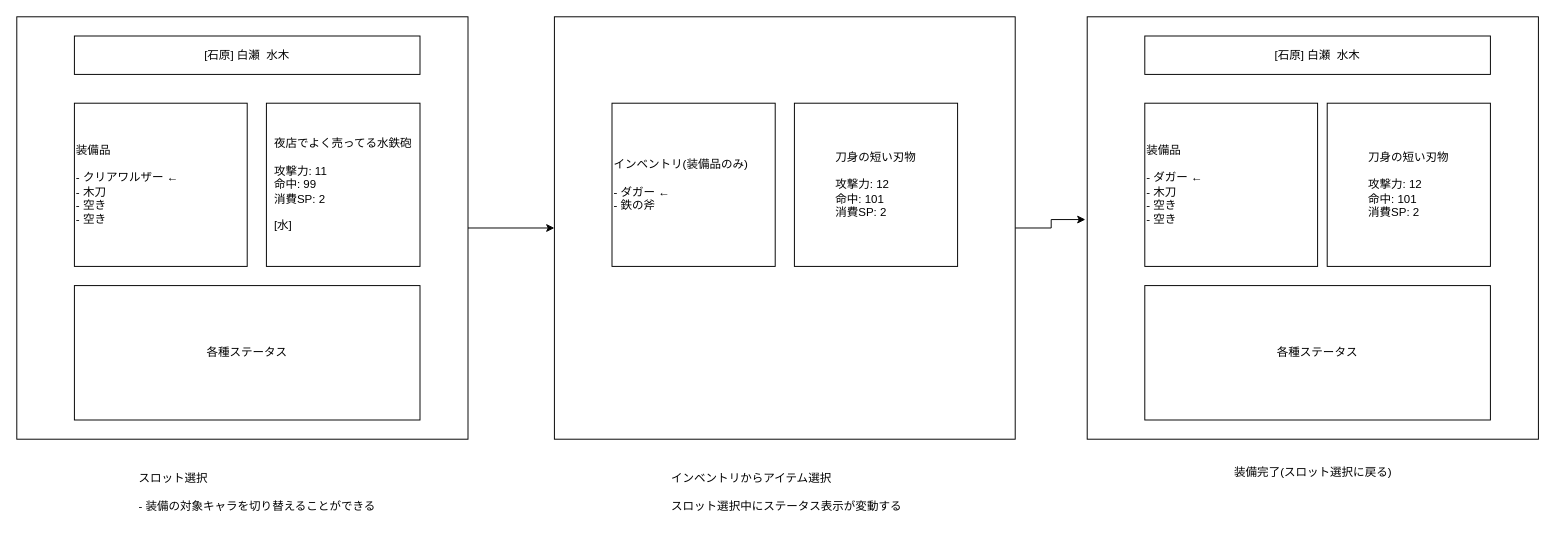
The draw.io diagram page "装備画面" (7 of 7) of digger.drawio in kijimaD/digger_rs, before the edit. Source tidied: cells renumbered, new cells numbered last; positions are measured from the earlier drawing's top-left corner, leaving out a move shared by most shapes. Both pictures are drawn from the tidied source at 96%, with x=0, y=0 at pixel (16, 16).
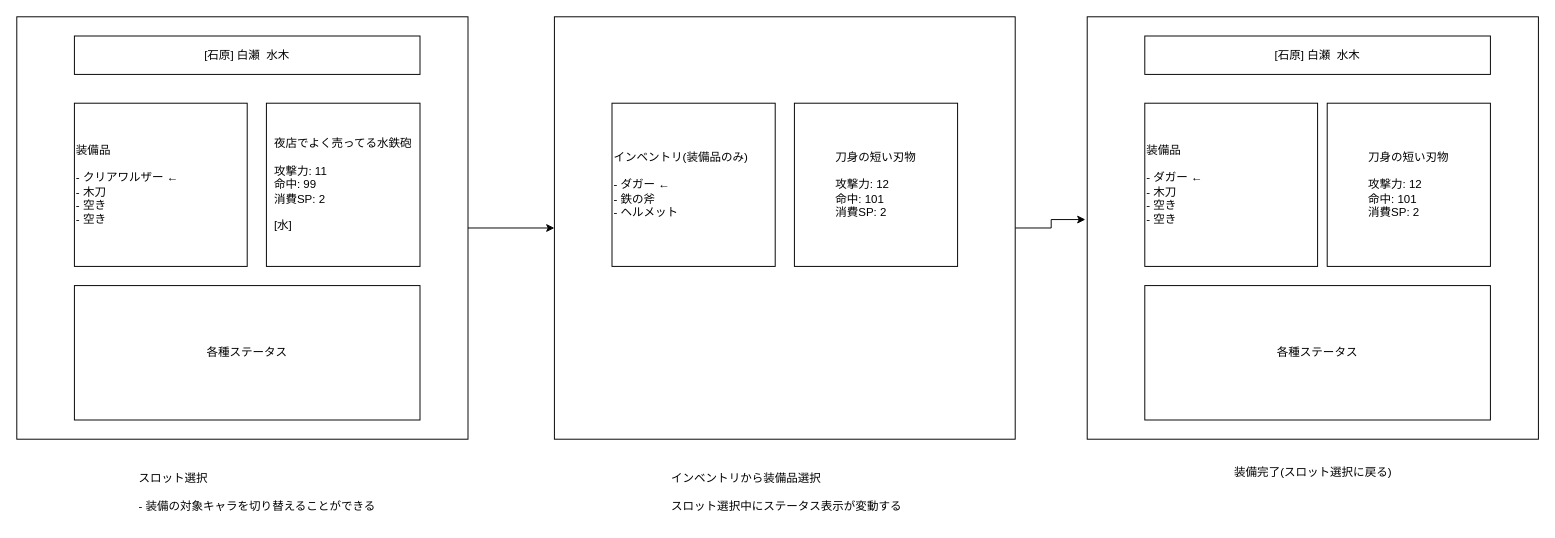
The same diagram, later.

Commit message (it also covers changes not shown here):
digger.drawio を更新します

The edit, as a diff of the source:
```diff
@@
 <mxGraphModel>
   <root>
     <mxCell id="0" />
     <mxCell id="1" parent="0" />
     <mxCell id="2" style="edgeStyle=orthogonalEdgeStyle;rounded=0;jettySize=auto;html=1;" parent="1" edge="1" source="3" target="7">
       <mxGeometry relative="1" as="geometry" />
     </mxCell>
     <mxCell id="3" style="rounded=0;whiteSpace=wrap;html=1;" parent="1" vertex="1">
       <mxGeometry width="470" height="440" as="geometry" />
     </mxCell>
     <mxCell id="4" value="&lt;div align=&quot;left&quot;&gt;装備品&lt;br&gt;&lt;/div&gt;&lt;div align=&quot;left&quot;&gt;&lt;br&gt;&lt;/div&gt;&lt;div align=&quot;left&quot;&gt;- クリアワルザー ←&lt;br&gt;&lt;/div&gt;&lt;div align=&quot;left&quot;&gt;- 木刀&lt;br&gt;&lt;/div&gt;&lt;div align=&quot;left&quot;&gt;- 空き&lt;/div&gt;&lt;div align=&quot;left&quot;&gt;- 空き&lt;br&gt;&lt;/div&gt;" style="rounded=0;whiteSpace=wrap;html=1;align=left;" parent="1" vertex="1">
       <mxGeometry x="60" y="90" width="180" height="170" as="geometry" />
     </mxCell>
     <mxCell id="5" value="[石原] 白瀬&amp;nbsp; 水木" style="rounded=0;whiteSpace=wrap;html=1;" parent="1" vertex="1">
       <mxGeometry x="60" y="20" width="360" height="40" as="geometry" />
     </mxCell>
     <mxCell id="6" style="edgeStyle=orthogonalEdgeStyle;rounded=0;jettySize=auto;html=1;entryX=-0.004;entryY=0.48;entryDx=0;entryDy=0;entryPerimeter=0;" parent="1" edge="1" source="7" target="15">
       <mxGeometry relative="1" as="geometry" />
     </mxCell>
     <mxCell id="7" style="rounded=0;whiteSpace=wrap;html=1;" parent="1" vertex="1">
       <mxGeometry x="560" width="480" height="440" as="geometry" />
     </mxCell>
-    <mxCell id="8" value="&lt;div align=&quot;left&quot;&gt;インベントリ(装備品のみ)&lt;br&gt;&lt;br&gt;- ダガー ←&lt;br&gt;- 鉄の斧&lt;/div&gt;" style="rounded=0;whiteSpace=wrap;html=1;align=left;" parent="1" vertex="1">
+    <mxCell id="8" value="&lt;div align=&quot;left&quot;&gt;インベントリ(装備品のみ)&lt;br&gt;&lt;br&gt;- ダガー ←&lt;br&gt;- 鉄の斧&lt;/div&gt;&lt;div align=&quot;left&quot;&gt;- ヘルメット&lt;br&gt;&lt;/div&gt;" style="rounded=0;whiteSpace=wrap;html=1;align=left;" parent="1" vertex="1">
       <mxGeometry x="620" y="90" width="170" height="170" as="geometry" />
     </mxCell>
     <mxCell id="9" value="&lt;div align=&quot;left&quot;&gt;スロット選択&lt;br&gt;&lt;/div&gt;&lt;div align=&quot;left&quot;&gt;&lt;br&gt;&lt;/div&gt;&lt;div align=&quot;left&quot;&gt;- 装備の対象キャラを切り替えることができる&lt;br&gt;&lt;/div&gt;" style="text;html=1;align=center;verticalAlign=middle;strokeColor=none;fillColor=none;" parent="1" vertex="1">
       <mxGeometry x="125" y="465" width="250" height="60" as="geometry" />
     </mxCell>
-    <mxCell id="10" value="&lt;div align=&quot;left&quot;&gt;インベントリからアイテム選択&lt;/div&gt;&lt;div align=&quot;left&quot;&gt;&lt;br&gt;&lt;/div&gt;&lt;div align=&quot;left&quot;&gt;スロット選択中にステータス表示が変動する&lt;br&gt;&lt;/div&gt;" style="text;html=1;align=left;verticalAlign=middle;strokeColor=none;fillColor=none;" parent="1" vertex="1">
+    <mxCell id="10" value="&lt;div align=&quot;left&quot;&gt;インベントリから装備品選択&lt;/div&gt;&lt;div align=&quot;left&quot;&gt;&lt;br&gt;&lt;/div&gt;&lt;div align=&quot;left&quot;&gt;スロット選択中にステータス表示が変動する&lt;br&gt;&lt;/div&gt;" style="text;html=1;align=left;verticalAlign=middle;strokeColor=none;fillColor=none;" parent="1" vertex="1">
       <mxGeometry x="680" y="465" width="240" height="60" as="geometry" />
     </mxCell>
     <mxCell id="11" value="装備完了(スロット選択に戻る)" style="text;html=1;align=center;verticalAlign=middle;strokeColor=none;fillColor=none;" parent="1" vertex="1">
       <mxGeometry x="1265" y="460" width="170" height="30" as="geometry" />
     </mxCell>
     <mxCell id="12" value="各種ステータス" style="rounded=0;whiteSpace=wrap;html=1;" parent="1" vertex="1">
       <mxGeometry x="60" y="280" width="360" height="140" as="geometry" />
     </mxCell>
     <mxCell id="13" value="&lt;div align=&quot;left&quot;&gt;夜店でよく売ってる水鉄砲&lt;br&gt;&lt;/div&gt;&lt;div align=&quot;left&quot;&gt;&lt;br&gt;&lt;/div&gt;&lt;div align=&quot;left&quot;&gt;攻撃力: 11&lt;/div&gt;&lt;div align=&quot;left&quot;&gt;命中: 99&lt;/div&gt;&lt;div align=&quot;left&quot;&gt;消費SP: 2&lt;/div&gt;&lt;div align=&quot;left&quot;&gt;&lt;br&gt;&lt;/div&gt;&lt;div align=&quot;left&quot;&gt;[水]&lt;br&gt;&lt;/div&gt;" style="rounded=0;whiteSpace=wrap;html=1;" parent="1" vertex="1">
       <mxGeometry x="260" y="90" width="160" height="170" as="geometry" />
     </mxCell>
     <mxCell id="14" value="&lt;div align=&quot;left&quot;&gt;刀身の短い刃物&lt;br&gt;&lt;/div&gt;&lt;div align=&quot;left&quot;&gt;&lt;br&gt;&lt;/div&gt;&lt;div align=&quot;left&quot;&gt;攻撃力: 12&lt;/div&gt;&lt;div align=&quot;left&quot;&gt;命中: 101&lt;br&gt;&lt;/div&gt;&lt;div align=&quot;left&quot;&gt;消費SP: 2&lt;/div&gt;" style="rounded=0;whiteSpace=wrap;html=1;" parent="1" vertex="1">
       <mxGeometry x="810" y="90" width="170" height="170" as="geometry" />
     </mxCell>
     <mxCell id="15" style="rounded=0;whiteSpace=wrap;html=1;" parent="1" vertex="1">
       <mxGeometry x="1115" width="470" height="440" as="geometry" />
     </mxCell>
     <mxCell id="16" value="&lt;div align=&quot;left&quot;&gt;装備品&lt;br&gt;&lt;/div&gt;&lt;div align=&quot;left&quot;&gt;&lt;br&gt;&lt;/div&gt;&lt;div align=&quot;left&quot;&gt;- ダガー ←&lt;br&gt;&lt;/div&gt;&lt;div align=&quot;left&quot;&gt;- 木刀&lt;br&gt;&lt;/div&gt;&lt;div align=&quot;left&quot;&gt;- 空き&lt;/div&gt;&lt;div align=&quot;left&quot;&gt;- 空き&lt;br&gt;&lt;/div&gt;" style="rounded=0;whiteSpace=wrap;html=1;align=left;" parent="1" vertex="1">
       <mxGeometry x="1175" y="90" width="180" height="170" as="geometry" />
     </mxCell>
     <mxCell id="17" value="[石原] 白瀬&amp;nbsp; 水木" style="rounded=0;whiteSpace=wrap;html=1;" parent="1" vertex="1">
       <mxGeometry x="1175" y="20" width="360" height="40" as="geometry" />
     </mxCell>
     <mxCell id="18" value="各種ステータス" style="rounded=0;whiteSpace=wrap;html=1;" parent="1" vertex="1">
       <mxGeometry x="1175" y="280" width="360" height="140" as="geometry" />
     </mxCell>
     <mxCell id="19" value="&lt;div align=&quot;left&quot;&gt;刀身の短い刃物&lt;br&gt;&lt;/div&gt;&lt;div align=&quot;left&quot;&gt;&lt;br&gt;&lt;/div&gt;&lt;div align=&quot;left&quot;&gt;攻撃力: 12&lt;/div&gt;&lt;div align=&quot;left&quot;&gt;命中: 101&lt;br&gt;&lt;/div&gt;&lt;div align=&quot;left&quot;&gt;消費SP: 2&lt;/div&gt;" style="rounded=0;whiteSpace=wrap;html=1;" parent="1" vertex="1">
       <mxGeometry x="1365" y="90" width="170" height="170" as="geometry" />
     </mxCell>
   </root>
 </mxGraphModel>
```
